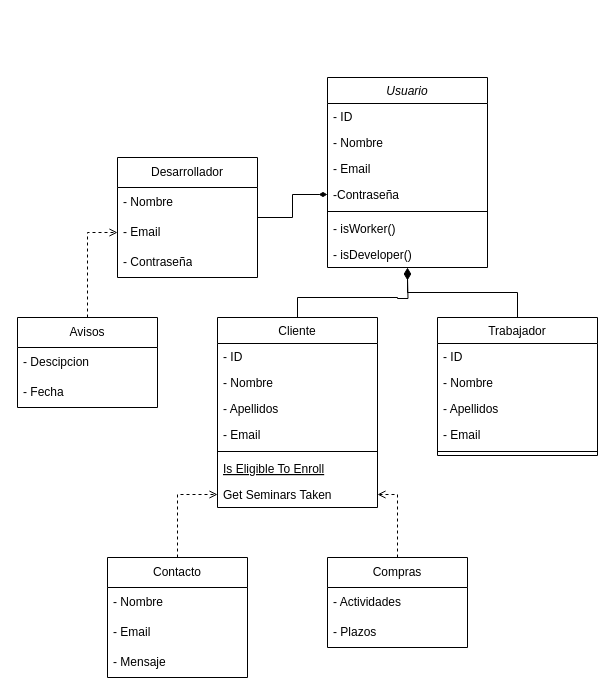
Above: Clases.drawio in HuBaMarin/projDespliegue (draw.io), before the change. Source tidied: cells renumbered, new cells numbered last; positions are measured from the earlier drawing's top-left corner, leaving out a move shared by most shapes. Both pictures are drawn from the tidied source at 100%, with x=0, y=0 at pixel (17, 77).
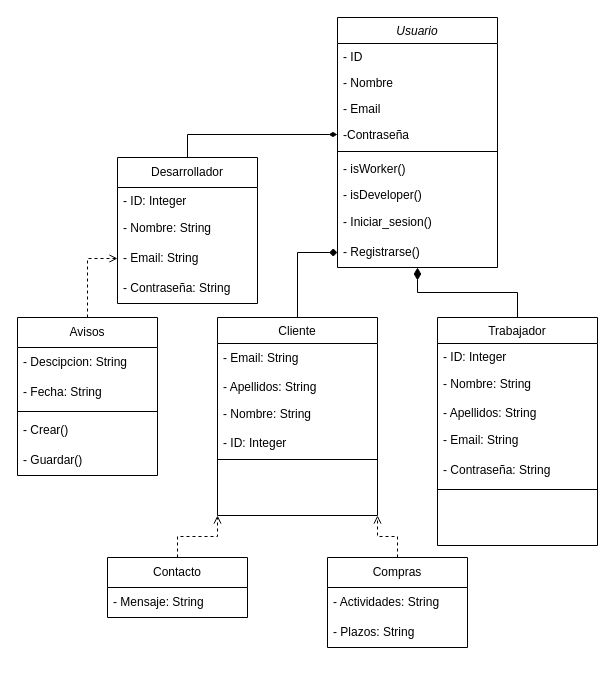
The same page after the edit.

Unchanged cells that the change refers to:
```xml
<mxCell id="32" value="Compras" style="swimlane;fontStyle=0;horizontal=1;startSize=30;whiteSpace=wrap;html=1;" parent="1" vertex="1">
  <mxGeometry x="310" y="480" width="140" height="90" as="geometry" />
</mxCell>
```

Change to the diagram source:
```diff
@@
     <mxCell id="2" value="Usuario" style="swimlane;fontStyle=2;align=center;verticalAlign=top;horizontal=1;startSize=26;rounded=0;shadow=0;strokeWidth=1;" parent="1" vertex="1">
-      <mxGeometry x="310" width="160" height="190" as="geometry" />
+      <mxGeometry x="320" y="-60" width="160" height="250" as="geometry" />
     </mxCell>
@@
+    <mxCell id="44" value="- Iniciar_sesion()" style="text;strokeColor=none;fillColor=none;align=left;verticalAlign=middle;spacingLeft=4;spacingRight=4;overflow=hidden;whiteSpace=wrap;html=1;" parent="2" vertex="1">
+      <mxGeometry y="190" width="160" height="30" as="geometry" />
+    </mxCell>
+    <mxCell id="45" value="- Registrarse()" style="text;strokeColor=none;fillColor=none;align=left;verticalAlign=middle;spacingLeft=4;spacingRight=4;overflow=hidden;points=[[0,0.5],[1,0.5]];portConstraint=eastwest;whiteSpace=wrap;html=1;" parent="2" vertex="1">
+      <mxGeometry y="220" width="160" height="30" as="geometry" />
+    </mxCell>
-    <mxCell id="10" style="edgeStyle=orthogonalEdgeStyle;rounded=0;jettySize=auto;html=1;endArrow=none;endFill=0;exitX=0.5;exitY=0;exitDx=0;exitDy=0;" parent="1" edge="1" source="11">
-      <mxGeometry relative="1" as="geometry">
-        <mxPoint x="390" y="200" as="targetPoint" />
-      </mxGeometry>
+    <mxCell id="10" style="edgeStyle=orthogonalEdgeStyle;rounded=0;jettySize=auto;html=1;endArrow=diamond;endFill=1;exitX=0.5;exitY=0;exitDx=0;exitDy=0;entryX=0;entryY=0.5;entryDx=0;entryDy=0;" parent="1" edge="1" source="11" target="45">
+      <mxGeometry relative="1" as="geometry" />
     </mxCell>
     <mxCell id="11" value="Cliente" style="swimlane;fontStyle=0;align=center;verticalAlign=top;horizontal=1;startSize=26;rounded=0;shadow=0;strokeWidth=1;" parent="1" vertex="1">
-      <mxGeometry x="200" y="240" width="160" height="190" as="geometry" />
+      <mxGeometry x="200" y="240" width="160" height="198" as="geometry" />
     </mxCell>
-    <mxCell id="12" value="- ID" style="text;align=left;verticalAlign=top;spacingLeft=4;spacingRight=4;overflow=hidden;" parent="11" vertex="1">
-      <mxGeometry y="26" width="160" height="26" as="geometry" />
-    </mxCell>
-    <mxCell id="13" value="- Nombre" style="text;align=left;verticalAlign=top;spacingLeft=4;spacingRight=4;overflow=hidden;rounded=0;shadow=0;html=0;" parent="11" vertex="1">
-      <mxGeometry y="52" width="160" height="26" as="geometry" />
-    </mxCell>
-    <mxCell id="14" value="- Apellidos" style="text;align=left;verticalAlign=top;spacingLeft=4;spacingRight=4;overflow=hidden;rounded=0;shadow=0;html=0;" parent="11" vertex="1">
-      <mxGeometry y="78" width="160" height="26" as="geometry" />
-    </mxCell>
-    <mxCell id="15" value="- Email" style="text;align=left;verticalAlign=top;spacingLeft=4;spacingRight=4;overflow=hidden;rounded=0;shadow=0;html=0;" parent="11" vertex="1">
-      <mxGeometry y="104" width="160" height="26" as="geometry" />
-    </mxCell>
+    <mxCell id="46" value="- Email: String" style="text;strokeColor=none;fillColor=none;align=left;verticalAlign=middle;spacingLeft=4;spacingRight=4;overflow=hidden;whiteSpace=wrap;html=1;" parent="11" vertex="1">
+      <mxGeometry y="26" width="160" height="30" as="geometry" />
+    </mxCell>
+    <mxCell id="47" value="- Apellidos: String" style="text;align=left;verticalAlign=top;spacingLeft=4;spacingRight=4;overflow=hidden;" parent="11" vertex="1">
+      <mxGeometry y="56" width="160" height="26" as="geometry" />
+    </mxCell>
+    <mxCell id="48" value="- Nombre: String" style="text;strokeColor=none;fillColor=none;align=left;verticalAlign=middle;spacingLeft=4;spacingRight=4;overflow=hidden;whiteSpace=wrap;html=1;" parent="11" vertex="1">
+      <mxGeometry y="82" width="160" height="30" as="geometry" />
+    </mxCell>
+    <mxCell id="49" value="- ID: Integer" style="text;align=left;verticalAlign=top;spacingLeft=4;spacingRight=4;overflow=hidden;" parent="11" vertex="1">
+      <mxGeometry y="112" width="160" height="26" as="geometry" />
+    </mxCell>
     <mxCell id="16" style="line;html=1;strokeWidth=1;align=left;verticalAlign=middle;spacingTop=-1;spacingLeft=3;spacingRight=3;labelPosition=right;" parent="11" vertex="1">
-      <mxGeometry y="130" width="160" height="8" as="geometry" />
+      <mxGeometry y="138" width="160" height="8" as="geometry" />
     </mxCell>
-    <mxCell id="17" value="Is Eligible To Enroll" style="text;align=left;verticalAlign=top;spacingLeft=4;spacingRight=4;overflow=hidden;fontStyle=4;" parent="11" vertex="1">
-      <mxGeometry y="138" width="160" height="26" as="geometry" />
-    </mxCell>
-    <mxCell id="18" value="Get Seminars Taken" style="text;align=left;verticalAlign=top;spacingLeft=4;spacingRight=4;overflow=hidden;points=[[0,0.5],[1,0.5]];portConstraint=eastwest;" parent="11" vertex="1">
-      <mxGeometry y="164" width="160" height="26" as="geometry" />
-    </mxCell>
     <mxCell id="19" value="Trabajador" style="swimlane;fontStyle=0;align=center;verticalAlign=top;horizontal=1;startSize=26;rounded=0;shadow=0;strokeWidth=1;" parent="1" vertex="1">
-      <mxGeometry x="420" y="240" width="160" height="138" as="geometry" />
+      <mxGeometry x="420" y="240" width="160" height="228" as="geometry" />
     </mxCell>
-    <mxCell id="20" value="- ID" style="text;align=left;verticalAlign=top;spacingLeft=4;spacingRight=4;overflow=hidden;" parent="19" vertex="1">
-      <mxGeometry y="26" width="160" height="26" as="geometry" />
-    </mxCell>
-    <mxCell id="21" value="- Nombre" style="text;align=left;verticalAlign=top;spacingLeft=4;spacingRight=4;overflow=hidden;" parent="19" vertex="1">
-      <mxGeometry y="52" width="160" height="26" as="geometry" />
-    </mxCell>
+    <mxCell id="50" value="- ID: Integer" style="text;align=left;verticalAlign=top;spacingLeft=4;spacingRight=4;overflow=hidden;" parent="19" vertex="1">
+      <mxGeometry y="26" width="160" height="26" as="geometry" />
+    </mxCell>
+    <mxCell id="51" value="- Nombre: String" style="text;strokeColor=none;fillColor=none;align=left;verticalAlign=middle;spacingLeft=4;spacingRight=4;overflow=hidden;whiteSpace=wrap;html=1;" parent="19" vertex="1">
+      <mxGeometry y="52" width="160" height="30" as="geometry" />
+    </mxCell>
-    <mxCell id="22" value="- Apellidos" style="text;align=left;verticalAlign=top;spacingLeft=4;spacingRight=4;overflow=hidden;" parent="19" vertex="1">
-      <mxGeometry y="78" width="160" height="26" as="geometry" />
+    <mxCell id="22" value="- Apellidos: String" style="text;align=left;verticalAlign=top;spacingLeft=4;spacingRight=4;overflow=hidden;" parent="19" vertex="1">
+      <mxGeometry y="82" width="160" height="26" as="geometry" />
     </mxCell>
-    <mxCell id="23" value="- Email" style="text;align=left;verticalAlign=top;spacingLeft=4;spacingRight=4;overflow=hidden;" parent="19" vertex="1">
-      <mxGeometry y="104" width="160" height="26" as="geometry" />
-    </mxCell>
+    <mxCell id="52" value="- Email: String" style="text;strokeColor=none;fillColor=none;align=left;verticalAlign=middle;spacingLeft=4;spacingRight=4;overflow=hidden;whiteSpace=wrap;html=1;" parent="19" vertex="1">
+      <mxGeometry y="108" width="160" height="30" as="geometry" />
+    </mxCell>
+    <mxCell id="53" value="- Contraseña: String" style="text;strokeColor=none;fillColor=none;align=left;verticalAlign=middle;spacingLeft=4;spacingRight=4;overflow=hidden;whiteSpace=wrap;html=1;" parent="19" vertex="1">
+      <mxGeometry y="138" width="160" height="30" as="geometry" />
+    </mxCell>
     <mxCell id="24" style="line;html=1;strokeWidth=1;align=left;verticalAlign=middle;spacingTop=-1;spacingLeft=3;spacingRight=3;labelPosition=right;" parent="19" vertex="1">
-      <mxGeometry y="130" width="160" height="8" as="geometry" />
+      <mxGeometry y="168" width="160" height="8" as="geometry" />
     </mxCell>
@@
-    <mxCell id="26" style="edgeStyle=orthogonalEdgeStyle;rounded=0;jettySize=auto;html=1;entryX=0;entryY=0.5;entryDx=0;entryDy=0;endArrow=open;endFill=0;dashed=1;" parent="1" edge="1" source="27" target="18">
+    <mxCell id="26" style="edgeStyle=orthogonalEdgeStyle;rounded=0;jettySize=auto;html=1;entryX=0;entryY=1;entryDx=0;entryDy=0;endArrow=open;endFill=0;dashed=1;" parent="1" edge="1" source="27" target="11">
       <mxGeometry relative="1" as="geometry" />
     </mxCell>
     <mxCell id="27" value="Contacto" style="swimlane;fontStyle=0;horizontal=1;startSize=30;whiteSpace=wrap;html=1;" parent="1" vertex="1">
-      <mxGeometry x="90" y="480" width="140" height="120" as="geometry" />
+      <mxGeometry x="90" y="480" width="140" height="60" as="geometry" />
     </mxCell>
-    <mxCell id="28" value="- Nombre" style="text;strokeColor=none;fillColor=none;align=left;verticalAlign=middle;spacingLeft=4;spacingRight=4;overflow=hidden;whiteSpace=wrap;html=1;" parent="27" vertex="1">
-      <mxGeometry y="30" width="140" height="30" as="geometry" />
-    </mxCell>
-    <mxCell id="29" value="- Email" style="text;strokeColor=none;fillColor=none;align=left;verticalAlign=middle;spacingLeft=4;spacingRight=4;overflow=hidden;whiteSpace=wrap;html=1;" parent="27" vertex="1">
-      <mxGeometry y="60" width="140" height="30" as="geometry" />
-    </mxCell>
-    <mxCell id="30" value="- Mensaje" style="text;strokeColor=none;fillColor=none;align=left;verticalAlign=middle;spacingLeft=4;spacingRight=4;overflow=hidden;whiteSpace=wrap;html=1;" parent="27" vertex="1">
-      <mxGeometry y="90" width="140" height="30" as="geometry" />
+    <mxCell id="30" value="- Mensaje: String" style="text;strokeColor=none;fillColor=none;align=left;verticalAlign=middle;spacingLeft=4;spacingRight=4;overflow=hidden;whiteSpace=wrap;html=1;" parent="27" vertex="1">
+      <mxGeometry y="30" width="140" height="30" as="geometry" />
     </mxCell>
-    <mxCell id="31" style="edgeStyle=orthogonalEdgeStyle;rounded=0;jettySize=auto;html=1;exitX=0.5;exitY=0;exitDx=0;exitDy=0;entryX=1;entryY=0.5;entryDx=0;entryDy=0;endArrow=open;endFill=0;dashed=1;" parent="1" edge="1" source="32" target="18">
+    <mxCell id="31" style="edgeStyle=orthogonalEdgeStyle;rounded=0;jettySize=auto;html=1;exitX=0.5;exitY=0;exitDx=0;exitDy=0;entryX=1;entryY=1;entryDx=0;entryDy=0;endArrow=open;endFill=0;dashed=1;" parent="1" edge="1" source="32" target="11">
       <mxGeometry relative="1" as="geometry" />
     </mxCell>
@@
-    <mxCell id="33" value="- Actividades" style="text;strokeColor=none;fillColor=none;align=left;verticalAlign=middle;spacingLeft=4;spacingRight=4;overflow=hidden;whiteSpace=wrap;html=1;" parent="32" vertex="1">
+    <mxCell id="33" value="- Actividades: String" style="text;strokeColor=none;fillColor=none;align=left;verticalAlign=middle;spacingLeft=4;spacingRight=4;overflow=hidden;whiteSpace=wrap;html=1;" parent="32" vertex="1">
       <mxGeometry y="30" width="140" height="30" as="geometry" />
     </mxCell>
-    <mxCell id="34" value="- Plazos" style="text;strokeColor=none;fillColor=none;align=left;verticalAlign=middle;spacingLeft=4;spacingRight=4;overflow=hidden;whiteSpace=wrap;html=1;" parent="32" vertex="1">
+    <mxCell id="34" value="- Plazos: String" style="text;strokeColor=none;fillColor=none;align=left;verticalAlign=middle;spacingLeft=4;spacingRight=4;overflow=hidden;whiteSpace=wrap;html=1;" parent="32" vertex="1">
       <mxGeometry y="60" width="140" height="30" as="geometry" />
     </mxCell>
@@
     <mxCell id="36" value="Avisos" style="swimlane;fontStyle=0;horizontal=1;startSize=30;whiteSpace=wrap;html=1;" parent="1" vertex="1">
-      <mxGeometry y="240" width="140" height="90" as="geometry" />
+      <mxGeometry y="240" width="140" height="158" as="geometry" />
     </mxCell>
-    <mxCell id="37" value="- Descipcion" style="text;strokeColor=none;fillColor=none;align=left;verticalAlign=middle;spacingLeft=4;spacingRight=4;overflow=hidden;whiteSpace=wrap;html=1;" parent="36" vertex="1">
+    <mxCell id="37" value="- Descipcion: String" style="text;strokeColor=none;fillColor=none;align=left;verticalAlign=middle;spacingLeft=4;spacingRight=4;overflow=hidden;whiteSpace=wrap;html=1;" parent="36" vertex="1">
       <mxGeometry y="30" width="140" height="30" as="geometry" />
     </mxCell>
-    <mxCell id="38" value="- Fecha" style="text;strokeColor=none;fillColor=none;align=left;verticalAlign=middle;spacingLeft=4;spacingRight=4;overflow=hidden;whiteSpace=wrap;html=1;" parent="36" vertex="1">
+    <mxCell id="38" value="- Fecha: String" style="text;strokeColor=none;fillColor=none;align=left;verticalAlign=middle;spacingLeft=4;spacingRight=4;overflow=hidden;whiteSpace=wrap;html=1;" parent="36" vertex="1">
       <mxGeometry y="60" width="140" height="30" as="geometry" />
     </mxCell>
+    <mxCell id="54" style="line;html=1;strokeWidth=1;align=left;verticalAlign=middle;spacingTop=-1;spacingLeft=3;spacingRight=3;labelPosition=right;" parent="36" vertex="1">
+      <mxGeometry y="90" width="140" height="8" as="geometry" />
+    </mxCell>
+    <mxCell id="55" value="- Crear()" style="text;strokeColor=none;fillColor=none;align=left;verticalAlign=middle;spacingLeft=4;spacingRight=4;overflow=hidden;whiteSpace=wrap;html=1;" parent="36" vertex="1">
+      <mxGeometry y="98" width="140" height="30" as="geometry" />
+    </mxCell>
+    <mxCell id="56" value="- Guardar()" style="text;strokeColor=none;fillColor=none;align=left;verticalAlign=middle;spacingLeft=4;spacingRight=4;overflow=hidden;whiteSpace=wrap;html=1;" parent="36" vertex="1">
+      <mxGeometry y="128" width="140" height="30" as="geometry" />
+    </mxCell>
@@
     <mxCell id="40" value="Desarrollador" style="swimlane;fontStyle=0;horizontal=1;startSize=30;whiteSpace=wrap;html=1;" parent="1" vertex="1">
-      <mxGeometry x="100" y="80" width="140" height="120" as="geometry" />
+      <mxGeometry x="100" y="80" width="140" height="146" as="geometry" />
     </mxCell>
+    <mxCell id="57" value="- ID: Integer" style="text;align=left;verticalAlign=top;spacingLeft=4;spacingRight=4;overflow=hidden;" parent="40" vertex="1">
+      <mxGeometry y="30" width="140" height="26" as="geometry" />
+    </mxCell>
-    <mxCell id="41" value="- Nombre" style="text;strokeColor=none;fillColor=none;align=left;verticalAlign=middle;spacingLeft=4;spacingRight=4;overflow=hidden;whiteSpace=wrap;html=1;" parent="40" vertex="1">
-      <mxGeometry y="30" width="140" height="30" as="geometry" />
+    <mxCell id="41" value="- Nombre: String" style="text;strokeColor=none;fillColor=none;align=left;verticalAlign=middle;spacingLeft=4;spacingRight=4;overflow=hidden;whiteSpace=wrap;html=1;" parent="40" vertex="1">
+      <mxGeometry y="56" width="140" height="30" as="geometry" />
     </mxCell>
-    <mxCell id="42" value="- Email" style="text;strokeColor=none;fillColor=none;align=left;verticalAlign=middle;spacingLeft=4;spacingRight=4;overflow=hidden;points=[[0,0.5],[1,0.5]];portConstraint=eastwest;whiteSpace=wrap;html=1;" parent="40" vertex="1">
-      <mxGeometry y="60" width="140" height="30" as="geometry" />
+    <mxCell id="42" value="- Email: String" style="text;strokeColor=none;fillColor=none;align=left;verticalAlign=middle;spacingLeft=4;spacingRight=4;overflow=hidden;points=[[0,0.5],[1,0.5]];portConstraint=eastwest;whiteSpace=wrap;html=1;" parent="40" vertex="1">
+      <mxGeometry y="86" width="140" height="30" as="geometry" />
     </mxCell>
-    <mxCell id="43" value="- Contraseña" style="text;strokeColor=none;fillColor=none;align=left;verticalAlign=middle;spacingLeft=4;spacingRight=4;overflow=hidden;whiteSpace=wrap;html=1;" parent="40" vertex="1">
-      <mxGeometry y="90" width="140" height="30" as="geometry" />
+    <mxCell id="43" value="- Contraseña: String" style="text;strokeColor=none;fillColor=none;align=left;verticalAlign=middle;spacingLeft=4;spacingRight=4;overflow=hidden;whiteSpace=wrap;html=1;" parent="40" vertex="1">
+      <mxGeometry y="116" width="140" height="30" as="geometry" />
     </mxCell>
```
